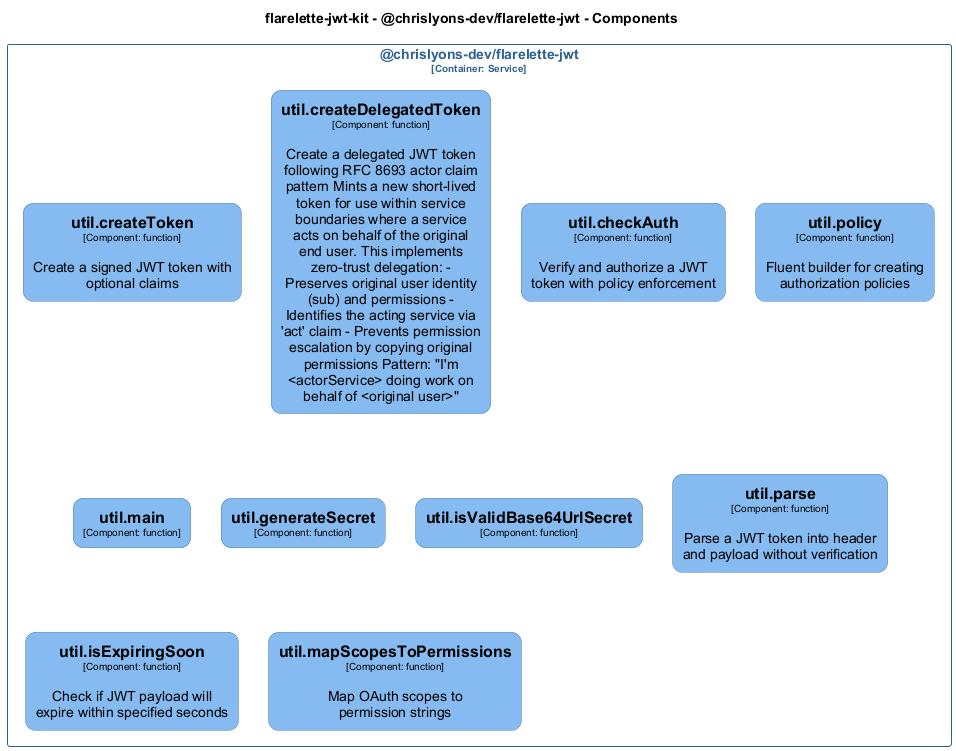
Before: docs/architecture/diagrams/structurizr-Classes_chrislyons_dev_flarelette_jwt__util.png, a diagram exported from PlantUML (chrislyons-dev/flarelette-jwt-kit).
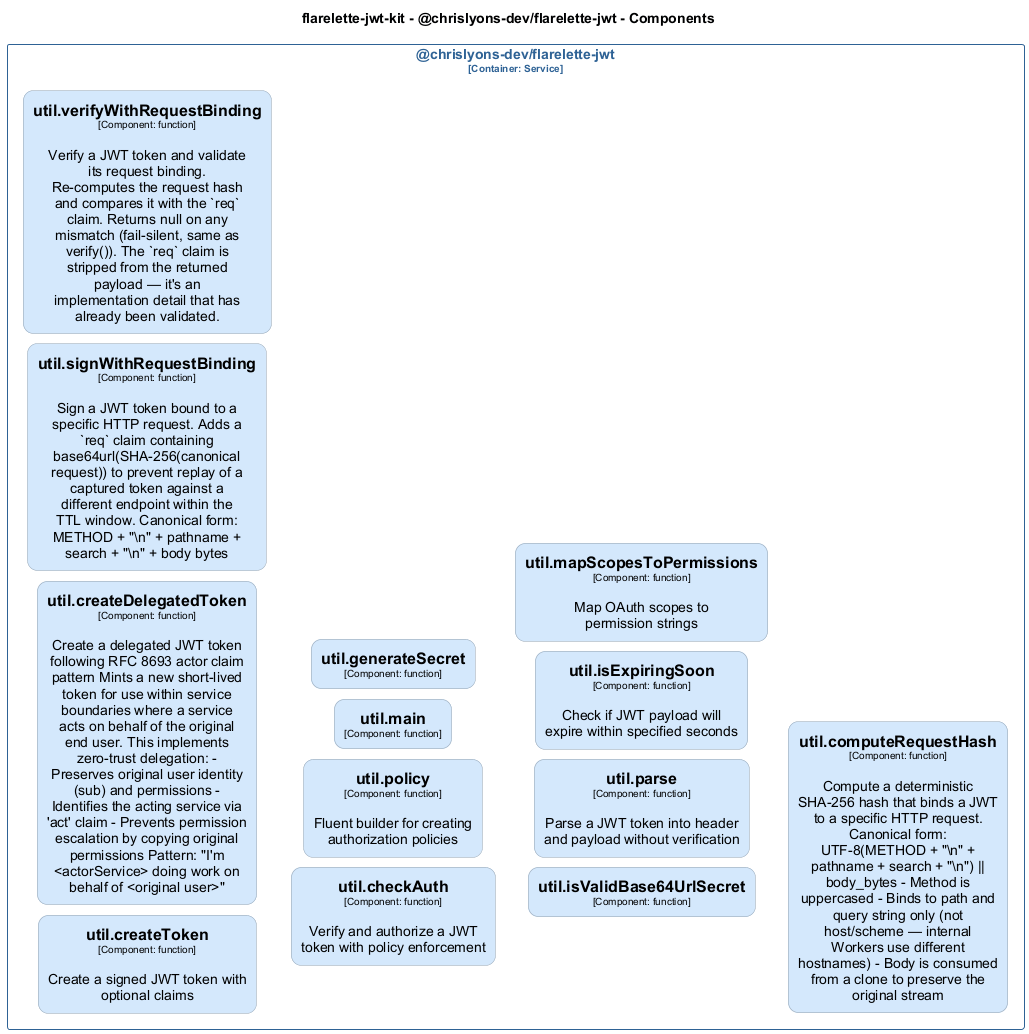
After the commit.

The edit, as a diff of the source:
```diff
@@ -2,9 +2,9 @@
 set separator none
 title flarelette-jwt-kit - @chrislyons-dev/flarelette-jwt - Components
 
-top to bottom direction
-skinparam ranksep 60
-skinparam nodesep 30
+left to right direction
+skinparam ranksep 20
+skinparam nodesep 10
 
 skinparam {
   arrowFontSize 10
@@ -17,72 +17,93 @@
 hide stereotype
 
 skinparam rectangle<<flarelettejwtkit.chrislyonsdevflarelettejwt.utilcheckAuth>> {
-  BackgroundColor #85bbf0
+  BackgroundColor #d4e8fc
   FontColor #000000
-  BorderColor #5d82a8
+  BorderColor #94a2b0
+  roundCorner 20
+  shadowing false
+}
+skinparam rectangle<<flarelettejwtkit.chrislyonsdevflarelettejwt.utilcomputeRequestHash>> {
+  BackgroundColor #d4e8fc
+  FontColor #000000
+  BorderColor #94a2b0
   roundCorner 20
   shadowing false
 }
 skinparam rectangle<<flarelettejwtkit.chrislyonsdevflarelettejwt.utilcreateDelegatedToken>> {
-  BackgroundColor #85bbf0
+  BackgroundColor #d4e8fc
   FontColor #000000
-  BorderColor #5d82a8
+  BorderColor #94a2b0
   roundCorner 20
   shadowing false
 }
 skinparam rectangle<<flarelettejwtkit.chrislyonsdevflarelettejwt.utilcreateToken>> {
-  BackgroundColor #85bbf0
+  BackgroundColor #d4e8fc
   FontColor #000000
-  BorderColor #5d82a8
+  BorderColor #94a2b0
   roundCorner 20
   shadowing false
 }
 skinparam rectangle<<flarelettejwtkit.chrislyonsdevflarelettejwt.utilgenerateSecret>> {
-  BackgroundColor #85bbf0
+  BackgroundColor #d4e8fc
   FontColor #000000
-  BorderColor #5d82a8
+  BorderColor #94a2b0
   roundCorner 20
   shadowing false
 }
 skinparam rectangle<<flarelettejwtkit.chrislyonsdevflarelettejwt.utilisExpiringSoon>> {
-  BackgroundColor #85bbf0
+  BackgroundColor #d4e8fc
   FontColor #000000
-  BorderColor #5d82a8
+  BorderColor #94a2b0
   roundCorner 20
   shadowing false
 }
 skinparam rectangle<<flarelettejwtkit.chrislyonsdevflarelettejwt.utilisValidBase64UrlSecret>> {
-  BackgroundColor #85bbf0
+  BackgroundColor #d4e8fc
   FontColor #000000
-  BorderColor #5d82a8
+  BorderColor #94a2b0
   roundCorner 20
   shadowing false
 }
 skinparam rectangle<<flarelettejwtkit.chrislyonsdevflarelettejwt.utilmain>> {
-  BackgroundColor #85bbf0
+  BackgroundColor #d4e8fc
   FontColor #000000
-  BorderColor #5d82a8
+  BorderColor #94a2b0
   roundCorner 20
   shadowing false
 }
 skinparam rectangle<<flarelettejwtkit.chrislyonsdevflarelettejwt.utilmapScopesToPermissions>> {
-  BackgroundColor #85bbf0
+  BackgroundColor #d4e8fc
   FontColor #000000
-  BorderColor #5d82a8
+  BorderColor #94a2b0
   roundCorner 20
   shadowing false
 }
 skinparam rectangle<<flarelettejwtkit.chrislyonsdevflarelettejwt.utilparse>> {
-  BackgroundColor #85bbf0
+  BackgroundColor #d4e8fc
   FontColor #000000
-  BorderColor #5d82a8
+  BorderColor #94a2b0
   roundCorner 20
   shadowing false
 }
 skinparam rectangle<<flarelettejwtkit.chrislyonsdevflarelettejwt.utilpolicy>> {
-  BackgroundColor #85bbf0
+  BackgroundColor #d4e8fc
   FontColor #000000
-  BorderColor #5d82a8
+  BorderColor #94a2b0
+  roundCorner 20
+  shadowing false
+}
+skinparam rectangle<<flarelettejwtkit.chrislyonsdevflarelettejwt.utilsignWithRequestBinding>> {
+  BackgroundColor #d4e8fc
+  FontColor #000000
+  BorderColor #94a2b0
+  roundCorner 20
+  shadowing false
+}
+skinparam rectangle<<flarelettejwtkit.chrislyonsdevflarelettejwt.utilverifyWithRequestBinding>> {
+  BackgroundColor #d4e8fc
+  FontColor #000000
+  BorderColor #94a2b0
   roundCorner 20
   shadowing false
 }
@@ -95,6 +116,8 @@
 rectangle "@chrislyons-dev/flarelette-jwt\n<size:10>[Container: Service]</size>" <<flarelettejwtkit.chrislyonsdevflarelettejwt>> {
   rectangle "==util.createToken\n<size:10>[Component: function]</size>\n\nCreate a signed JWT token with optional claims" <<flarelettejwtkit.chrislyonsdevflarelettejwt.utilcreateToken>> as flarelettejwtkit.chrislyonsdevflarelettejwt.utilcreateToken
   rectangle "==util.createDelegatedToken\n<size:10>[Component: function]</size>\n\nCreate a delegated JWT token following RFC 8693 actor claim pattern Mints a new short-lived token for use within service boundaries where a service acts on behalf of the original end user. This implements zero-trust delegation: - Preserves original user identity (sub) and permissions - Identifies the acting service via 'act' claim - Prevents permission escalation by copying original permissions Pattern: "I'm <actorService> doing work on behalf of <original user>"" <<flarelettejwtkit.chrislyonsdevflarelettejwt.utilcreateDelegatedToken>> as flarelettejwtkit.chrislyonsdevflarelettejwt.utilcreateDelegatedToken
+  rectangle "==util.signWithRequestBinding\n<size:10>[Component: function]</size>\n\nSign a JWT token bound to a specific HTTP request. Adds a `req` claim containing base64url(SHA-256(canonical request)) to prevent replay of a captured token against a different endpoint within the TTL window. Canonical form: METHOD + "\\n" + pathname + search + "\\n" + body bytes" <<flarelettejwtkit.chrislyonsdevflarelettejwt.utilsignWithRequestBinding>> as flarelettejwtkit.chrislyonsdevflarelettejwt.utilsignWithRequestBinding
+  rectangle "==util.verifyWithRequestBinding\n<size:10>[Component: function]</size>\n\nVerify a JWT token and validate its request binding. Re-computes the request hash and compares it with the `req` claim. Returns null on any mismatch (fail-silent, same as verify()). The `req` claim is stripped from the returned payload — it's an implementation detail that has already been validated." <<flarelettejwtkit.chrislyonsdevflarelettejwt.utilverifyWithRequestBinding>> as flarelettejwtkit.chrislyonsdevflarelettejwt.utilverifyWithRequestBinding
   rectangle "==util.checkAuth\n<size:10>[Component: function]</size>\n\nVerify and authorize a JWT token with policy enforcement" <<flarelettejwtkit.chrislyonsdevflarelettejwt.utilcheckAuth>> as flarelettejwtkit.chrislyonsdevflarelettejwt.utilcheckAuth
   rectangle "==util.policy\n<size:10>[Component: function]</size>\n\nFluent builder for creating authorization policies" <<flarelettejwtkit.chrislyonsdevflarelettejwt.utilpolicy>> as flarelettejwtkit.chrislyonsdevflarelettejwt.utilpolicy
   rectangle "==util.main\n<size:10>[Component: function]</size>" <<flarelettejwtkit.chrislyonsdevflarelettejwt.utilmain>> as flarelettejwtkit.chrislyonsdevflarelettejwt.utilmain
@@ -103,6 +126,7 @@
   rectangle "==util.parse\n<size:10>[Component: function]</size>\n\nParse a JWT token into header and payload without verification" <<flarelettejwtkit.chrislyonsdevflarelettejwt.utilparse>> as flarelettejwtkit.chrislyonsdevflarelettejwt.utilparse
   rectangle "==util.isExpiringSoon\n<size:10>[Component: function]</size>\n\nCheck if JWT payload will expire within specified seconds" <<flarelettejwtkit.chrislyonsdevflarelettejwt.utilisExpiringSoon>> as flarelettejwtkit.chrislyonsdevflarelettejwt.utilisExpiringSoon
   rectangle "==util.mapScopesToPermissions\n<size:10>[Component: function]</size>\n\nMap OAuth scopes to permission strings" <<flarelettejwtkit.chrislyonsdevflarelettejwt.utilmapScopesToPermissions>> as flarelettejwtkit.chrislyonsdevflarelettejwt.utilmapScopesToPermissions
+  rectangle "==util.computeRequestHash\n<size:10>[Component: function]</size>\n\nCompute a deterministic SHA-256 hash that binds a JWT to a specific HTTP request. Canonical form: UTF-8(METHOD + "\\n" + pathname + search + "\\n") || body_bytes - Method is uppercased - Binds to path and query string only (not host/scheme — internal Workers use different hostnames) - Body is consumed from a clone to preserve the original stream" <<flarelettejwtkit.chrislyonsdevflarelettejwt.utilcomputeRequestHash>> as flarelettejwtkit.chrislyonsdevflarelettejwt.utilcomputeRequestHash
 }
 
 @enduml
```
